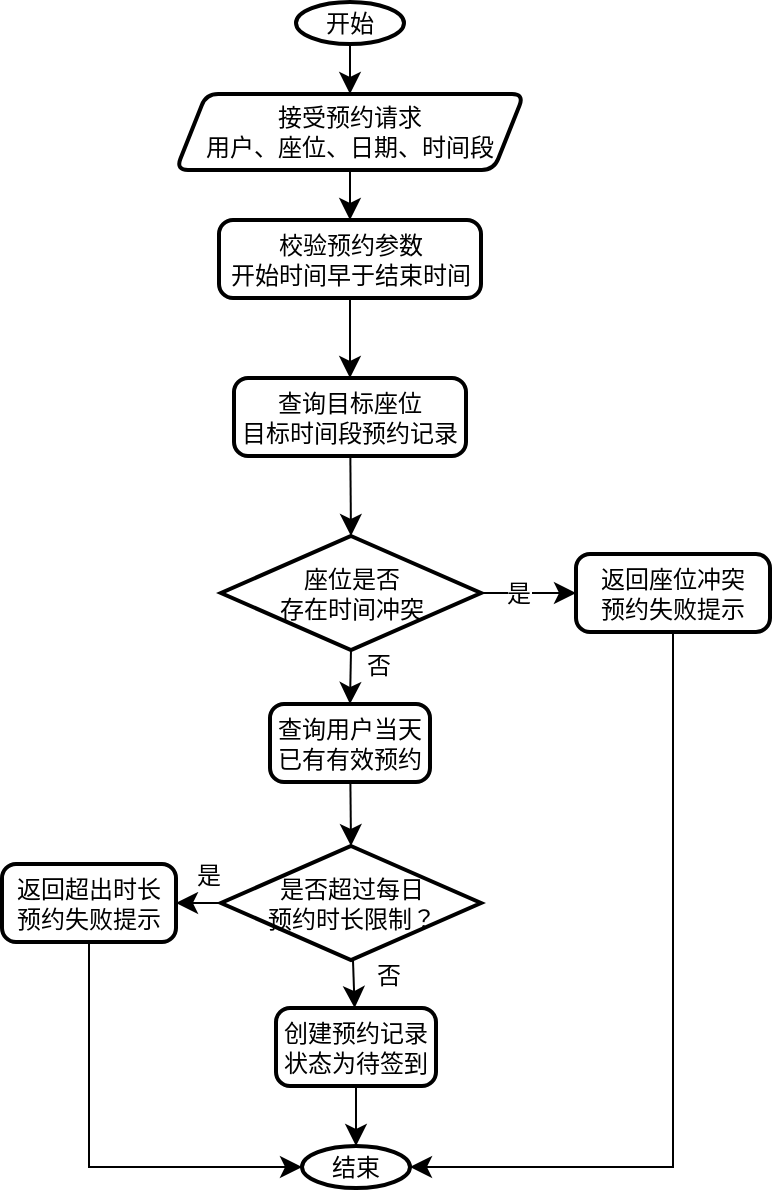
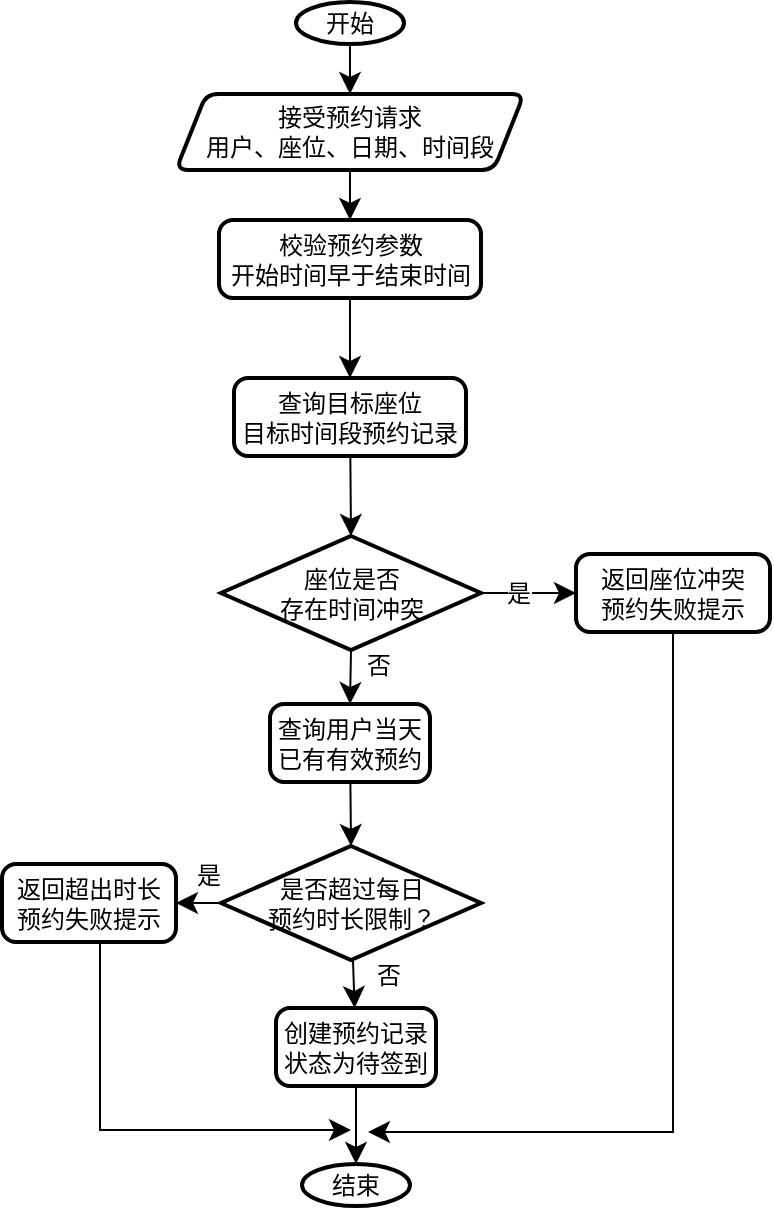
<mxfile host="app.diagrams.net">
  <diagram name="Page-1" id="qwYBO8hPlU43Gw1AjJj8">
    <mxGraphModel dx="937" dy="1218" grid="0" gridSize="10" guides="1" tooltips="1" connect="1" arrows="1" fold="1" page="0" pageScale="1" pageWidth="827" pageHeight="1169" math="0" shadow="0">
      <root>
        <mxCell id="0" />
        <mxCell id="1" parent="0" />
        <mxCell id="QtGe2Qo70jRlfIRJAReY-14" edge="1" parent="1" source="QtGe2Qo70jRlfIRJAReY-2" style="edgeStyle=none;curved=1;rounded=0;orthogonalLoop=1;jettySize=auto;html=1;fontSize=12;startSize=8;endSize=8;" target="QtGe2Qo70jRlfIRJAReY-3">
          <mxGeometry relative="1" as="geometry" />
        </mxCell>
        <mxCell id="QtGe2Qo70jRlfIRJAReY-2" parent="1" style="strokeWidth=2;html=1;shape=mxgraph.flowchart.start_1;whiteSpace=wrap;" value="开始" vertex="1">
          <mxGeometry height="21" width="54" x="116" y="-105" as="geometry" />
        </mxCell>
        <mxCell id="QtGe2Qo70jRlfIRJAReY-15" edge="1" parent="1" source="QtGe2Qo70jRlfIRJAReY-3" style="edgeStyle=none;curved=1;rounded=0;orthogonalLoop=1;jettySize=auto;html=1;fontSize=12;startSize=8;endSize=8;" target="QtGe2Qo70jRlfIRJAReY-4">
          <mxGeometry relative="1" as="geometry" />
        </mxCell>
        <mxCell id="QtGe2Qo70jRlfIRJAReY-3" parent="1" style="shape=parallelogram;html=1;strokeWidth=2;perimeter=parallelogramPerimeter;whiteSpace=wrap;rounded=1;arcSize=12;size=0.08677685950413223;" value="接受预约请求&lt;div&gt;用户、座位、日期、时间段&lt;/div&gt;" vertex="1">
          <mxGeometry height="38" width="174" x="56" y="-59" as="geometry" />
        </mxCell>
        <mxCell id="QtGe2Qo70jRlfIRJAReY-16" edge="1" parent="1" source="QtGe2Qo70jRlfIRJAReY-4" style="edgeStyle=none;curved=1;rounded=0;orthogonalLoop=1;jettySize=auto;html=1;fontSize=12;startSize=8;endSize=8;" target="QtGe2Qo70jRlfIRJAReY-6">
          <mxGeometry relative="1" as="geometry" />
        </mxCell>
        <mxCell id="QtGe2Qo70jRlfIRJAReY-4" parent="1" style="rounded=1;whiteSpace=wrap;html=1;absoluteArcSize=1;arcSize=14;strokeWidth=2;" value="校验预约参数&lt;div&gt;开始时间早于结束时间&lt;/div&gt;" vertex="1">
          <mxGeometry height="39" width="131" x="77.5" y="4" as="geometry" />
        </mxCell>
        <mxCell id="QtGe2Qo70jRlfIRJAReY-6" parent="1" style="rounded=1;whiteSpace=wrap;html=1;absoluteArcSize=1;arcSize=14;strokeWidth=2;" value="查询目标座位&lt;div&gt;目标时间段预约记录&lt;/div&gt;" vertex="1">
          <mxGeometry height="39" width="116" x="85" y="83" as="geometry" />
        </mxCell>
        <mxCell id="QtGe2Qo70jRlfIRJAReY-18" edge="1" parent="1" source="QtGe2Qo70jRlfIRJAReY-7" style="edgeStyle=none;curved=1;rounded=0;orthogonalLoop=1;jettySize=auto;html=1;entryX=0;entryY=0.5;entryDx=0;entryDy=0;fontSize=12;startSize=8;endSize=8;" target="QtGe2Qo70jRlfIRJAReY-12">
          <mxGeometry relative="1" as="geometry" />
        </mxCell>
        <mxCell id="QtGe2Qo70jRlfIRJAReY-19" connectable="0" parent="QtGe2Qo70jRlfIRJAReY-18" style="edgeLabel;html=1;align=center;verticalAlign=middle;resizable=0;points=[];fontSize=12;" value="是" vertex="1">
          <mxGeometry relative="1" x="-0.4877" y="1" as="geometry">
            <mxPoint x="6" y="1" as="offset" />
          </mxGeometry>
        </mxCell>
        <mxCell id="QtGe2Qo70jRlfIRJAReY-21" edge="1" parent="1" source="QtGe2Qo70jRlfIRJAReY-7" style="edgeStyle=none;curved=1;rounded=0;orthogonalLoop=1;jettySize=auto;html=1;exitX=0.5;exitY=1;exitDx=0;exitDy=0;exitPerimeter=0;entryX=0.5;entryY=0;entryDx=0;entryDy=0;fontSize=12;startSize=8;endSize=8;" target="QtGe2Qo70jRlfIRJAReY-8">
          <mxGeometry relative="1" as="geometry" />
        </mxCell>
        <mxCell id="QtGe2Qo70jRlfIRJAReY-22" connectable="0" parent="QtGe2Qo70jRlfIRJAReY-21" style="edgeLabel;html=1;align=center;verticalAlign=middle;resizable=0;points=[];fontSize=12;" value="否" vertex="1">
          <mxGeometry relative="1" x="-0.3338" as="geometry">
            <mxPoint x="13" y="-1" as="offset" />
          </mxGeometry>
        </mxCell>
        <mxCell id="QtGe2Qo70jRlfIRJAReY-7" parent="1" style="strokeWidth=2;html=1;shape=mxgraph.flowchart.decision;whiteSpace=wrap;" value="座位是否&lt;div&gt;存在时间冲突&lt;/div&gt;" vertex="1">
          <mxGeometry height="57" width="130" x="78.5" y="162" as="geometry" />
        </mxCell>
        <mxCell id="QtGe2Qo70jRlfIRJAReY-8" parent="1" style="rounded=1;whiteSpace=wrap;html=1;absoluteArcSize=1;arcSize=14;strokeWidth=2;" value="查询用户当天&lt;div&gt;已有有效预约&lt;/div&gt;" vertex="1">
          <mxGeometry height="39" width="80" x="103" y="246" as="geometry" />
        </mxCell>
        <mxCell id="QtGe2Qo70jRlfIRJAReY-24" edge="1" parent="1" source="QtGe2Qo70jRlfIRJAReY-9" style="edgeStyle=none;curved=1;rounded=0;orthogonalLoop=1;jettySize=auto;html=1;fontSize=12;startSize=8;endSize=8;" target="QtGe2Qo70jRlfIRJAReY-10">
          <mxGeometry relative="1" as="geometry" />
        </mxCell>
        <mxCell id="QtGe2Qo70jRlfIRJAReY-25" connectable="0" parent="QtGe2Qo70jRlfIRJAReY-24" style="edgeLabel;html=1;align=center;verticalAlign=middle;resizable=0;points=[];fontSize=12;" value="否" vertex="1">
          <mxGeometry relative="1" x="-0.4972" y="1" as="geometry">
            <mxPoint x="16" y="2" as="offset" />
          </mxGeometry>
        </mxCell>
        <mxCell id="QtGe2Qo70jRlfIRJAReY-26" edge="1" parent="1" source="QtGe2Qo70jRlfIRJAReY-9" style="edgeStyle=none;curved=1;rounded=0;orthogonalLoop=1;jettySize=auto;html=1;exitX=0;exitY=0.5;exitDx=0;exitDy=0;exitPerimeter=0;entryX=1;entryY=0.5;entryDx=0;entryDy=0;fontSize=12;startSize=8;endSize=8;" target="QtGe2Qo70jRlfIRJAReY-13">
          <mxGeometry relative="1" as="geometry" />
        </mxCell>
        <mxCell id="QtGe2Qo70jRlfIRJAReY-27" connectable="0" parent="QtGe2Qo70jRlfIRJAReY-26" style="edgeLabel;html=1;align=center;verticalAlign=middle;resizable=0;points=[];fontSize=12;" value="是" vertex="1">
          <mxGeometry relative="1" x="-0.3926" y="-1" as="geometry">
            <mxPoint y="-13" as="offset" />
          </mxGeometry>
        </mxCell>
        <mxCell id="QtGe2Qo70jRlfIRJAReY-9" parent="1" style="strokeWidth=2;html=1;shape=mxgraph.flowchart.decision;whiteSpace=wrap;" value="是否超过每日&lt;div&gt;预约时长限制？&lt;/div&gt;" vertex="1">
          <mxGeometry height="57" width="130" x="78.5" y="317" as="geometry" />
        </mxCell>
        <mxCell id="QtGe2Qo70jRlfIRJAReY-30" edge="1" parent="1" source="QtGe2Qo70jRlfIRJAReY-10" style="edgeStyle=none;curved=1;rounded=0;orthogonalLoop=1;jettySize=auto;html=1;fontSize=12;startSize=8;endSize=8;" target="QtGe2Qo70jRlfIRJAReY-11">
          <mxGeometry relative="1" as="geometry" />
        </mxCell>
        <mxCell id="QtGe2Qo70jRlfIRJAReY-10" parent="1" style="rounded=1;whiteSpace=wrap;html=1;absoluteArcSize=1;arcSize=14;strokeWidth=2;" value="创建预约记录&lt;div&gt;状态为待签到&lt;/div&gt;" vertex="1">
          <mxGeometry height="39" width="80" x="106" y="398" as="geometry" />
        </mxCell>
        <mxCell id="QtGe2Qo70jRlfIRJAReY-11" parent="1" style="strokeWidth=2;html=1;shape=mxgraph.flowchart.start_1;whiteSpace=wrap;" value="结束" vertex="1">
-           <mxGeometry height="21" width="54" x="119" y="467" as="geometry" />
+           <mxGeometry height="21" width="54" x="119" y="476" as="geometry" />
        </mxCell>
        <mxCell id="QtGe2Qo70jRlfIRJAReY-12" parent="1" style="rounded=1;whiteSpace=wrap;html=1;absoluteArcSize=1;arcSize=14;strokeWidth=2;" value="返回座位冲突&lt;div&gt;预约失败提示&lt;/div&gt;" vertex="1">
          <mxGeometry height="39" width="97" x="256" y="171" as="geometry" />
        </mxCell>
        <mxCell id="QtGe2Qo70jRlfIRJAReY-13" parent="1" style="rounded=1;whiteSpace=wrap;html=1;absoluteArcSize=1;arcSize=14;strokeWidth=2;" value="返回超出时长&lt;div&gt;预约失败提示&lt;/div&gt;" vertex="1">
          <mxGeometry height="39" width="87" x="-31" y="326" as="geometry" />
        </mxCell>
        <mxCell id="QtGe2Qo70jRlfIRJAReY-17" edge="1" parent="1" source="QtGe2Qo70jRlfIRJAReY-6" style="edgeStyle=none;curved=1;rounded=0;orthogonalLoop=1;jettySize=auto;html=1;entryX=0.5;entryY=0;entryDx=0;entryDy=0;entryPerimeter=0;fontSize=12;startSize=8;endSize=8;" target="QtGe2Qo70jRlfIRJAReY-7">
          <mxGeometry relative="1" as="geometry" />
        </mxCell>
-         <mxCell id="QtGe2Qo70jRlfIRJAReY-20" edge="1" parent="1" source="QtGe2Qo70jRlfIRJAReY-12" style="edgeStyle=orthogonalEdgeStyle;rounded=0;orthogonalLoop=1;jettySize=auto;html=1;entryX=1;entryY=0.5;entryDx=0;entryDy=0;entryPerimeter=0;fontSize=12;startSize=8;endSize=8;exitX=0.5;exitY=1;exitDx=0;exitDy=0;" target="QtGe2Qo70jRlfIRJAReY-11">
-           <mxGeometry relative="1" as="geometry" />
-         </mxCell>
        <mxCell id="QtGe2Qo70jRlfIRJAReY-23" edge="1" parent="1" source="QtGe2Qo70jRlfIRJAReY-8" style="edgeStyle=none;curved=1;rounded=0;orthogonalLoop=1;jettySize=auto;html=1;entryX=0.5;entryY=0;entryDx=0;entryDy=0;entryPerimeter=0;fontSize=12;startSize=8;endSize=8;" target="QtGe2Qo70jRlfIRJAReY-9">
          <mxGeometry relative="1" as="geometry" />
        </mxCell>
        <mxCell id="QtGe2Qo70jRlfIRJAReY-28" edge="1" parent="1" source="QtGe2Qo70jRlfIRJAReY-9" style="edgeStyle=none;curved=1;rounded=0;orthogonalLoop=1;jettySize=auto;html=1;exitX=0;exitY=0.5;exitDx=0;exitDy=0;exitPerimeter=0;fontSize=12;startSize=8;endSize=8;" target="QtGe2Qo70jRlfIRJAReY-9">
          <mxGeometry relative="1" as="geometry" />
        </mxCell>
-         <mxCell id="QtGe2Qo70jRlfIRJAReY-29" edge="1" parent="1" source="QtGe2Qo70jRlfIRJAReY-13" style="edgeStyle=orthogonalEdgeStyle;rounded=0;orthogonalLoop=1;jettySize=auto;html=1;entryX=0;entryY=0.5;entryDx=0;entryDy=0;entryPerimeter=0;fontSize=12;startSize=8;endSize=8;exitX=0.5;exitY=1;exitDx=0;exitDy=0;" target="QtGe2Qo70jRlfIRJAReY-11">
-           <mxGeometry relative="1" as="geometry" />
+         <mxCell id="ROJpah-YemKJXtrLzzKc-2" edge="1" parent="1" style="endArrow=classic;html=1;rounded=0;fontSize=12;startSize=8;endSize=8;exitX=0.5;exitY=1;exitDx=0;exitDy=0;edgeStyle=orthogonalEdgeStyle;" value="">
+           <mxGeometry height="50" relative="1" width="50" as="geometry">
+             <Array as="points">
+               <mxPoint x="18" y="365" />
+               <mxPoint x="18" y="459" />
+             </Array>
+             <mxPoint x="20" y="365" as="sourcePoint" />
+             <mxPoint x="143.5" y="459" as="targetPoint" />
+           </mxGeometry>
+         </mxCell>
+         <mxCell id="ROJpah-YemKJXtrLzzKc-3" edge="1" parent="1" source="QtGe2Qo70jRlfIRJAReY-12" style="endArrow=classic;html=1;rounded=0;fontSize=12;startSize=8;endSize=8;exitX=0.5;exitY=1;exitDx=0;exitDy=0;edgeStyle=orthogonalEdgeStyle;" value="">
+           <mxGeometry height="50" relative="1" width="50" as="geometry">
+             <Array as="points">
+               <mxPoint x="305" y="460" />
+             </Array>
+             <mxPoint x="275" y="378" as="sourcePoint" />
+             <mxPoint x="152" y="460" as="targetPoint" />
+           </mxGeometry>
        </mxCell>
      </root>
    </mxGraphModel>
  </diagram>
</mxfile>
